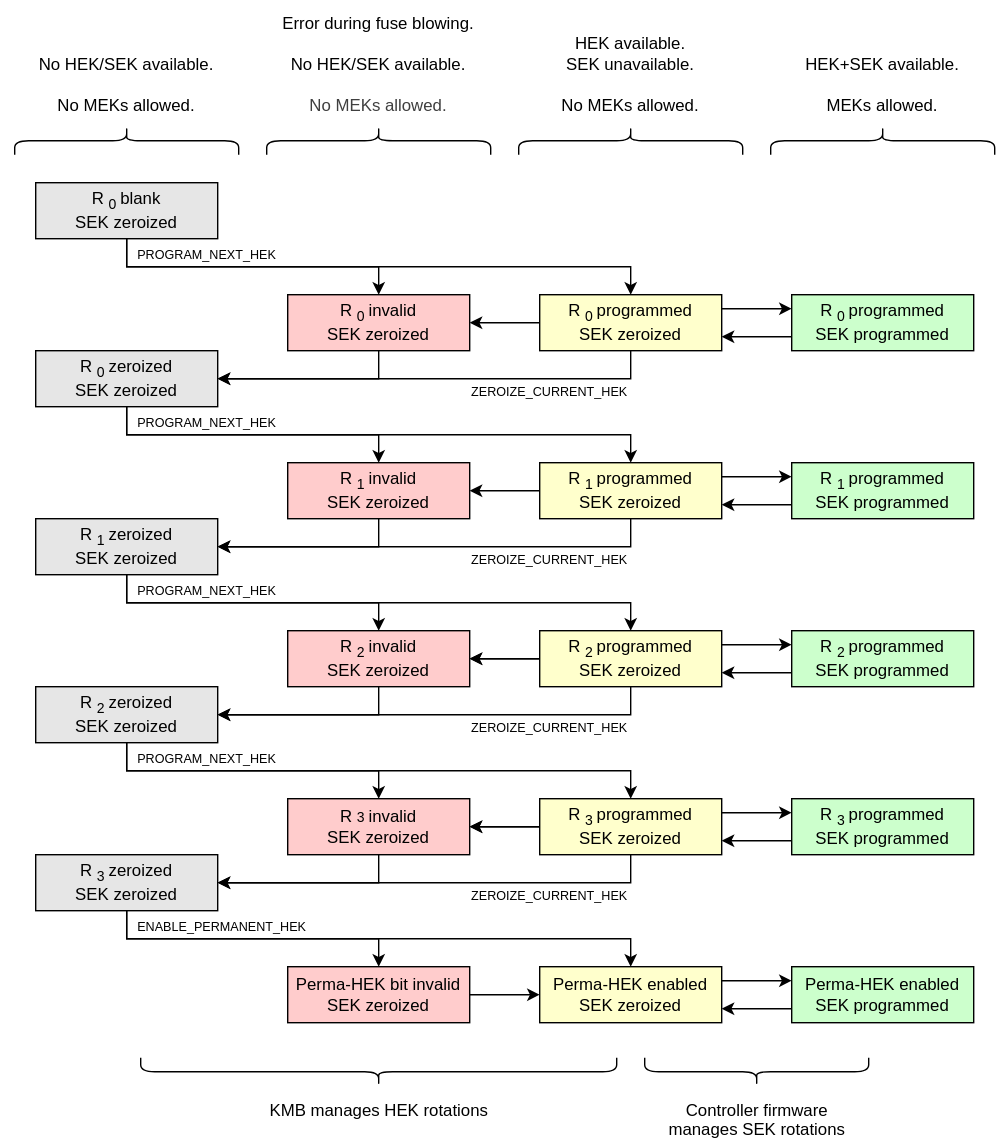
Above: doc/ocp_lock/diagrams/hek_sek_rotation.drawio.svg in chipsalliance/Caliptra (draw.io), before the change. Source tidied: cells renumbered, new cells last; positions are measured from the earlier drawing's top-left corner, leaving out a move shared by most shapes.
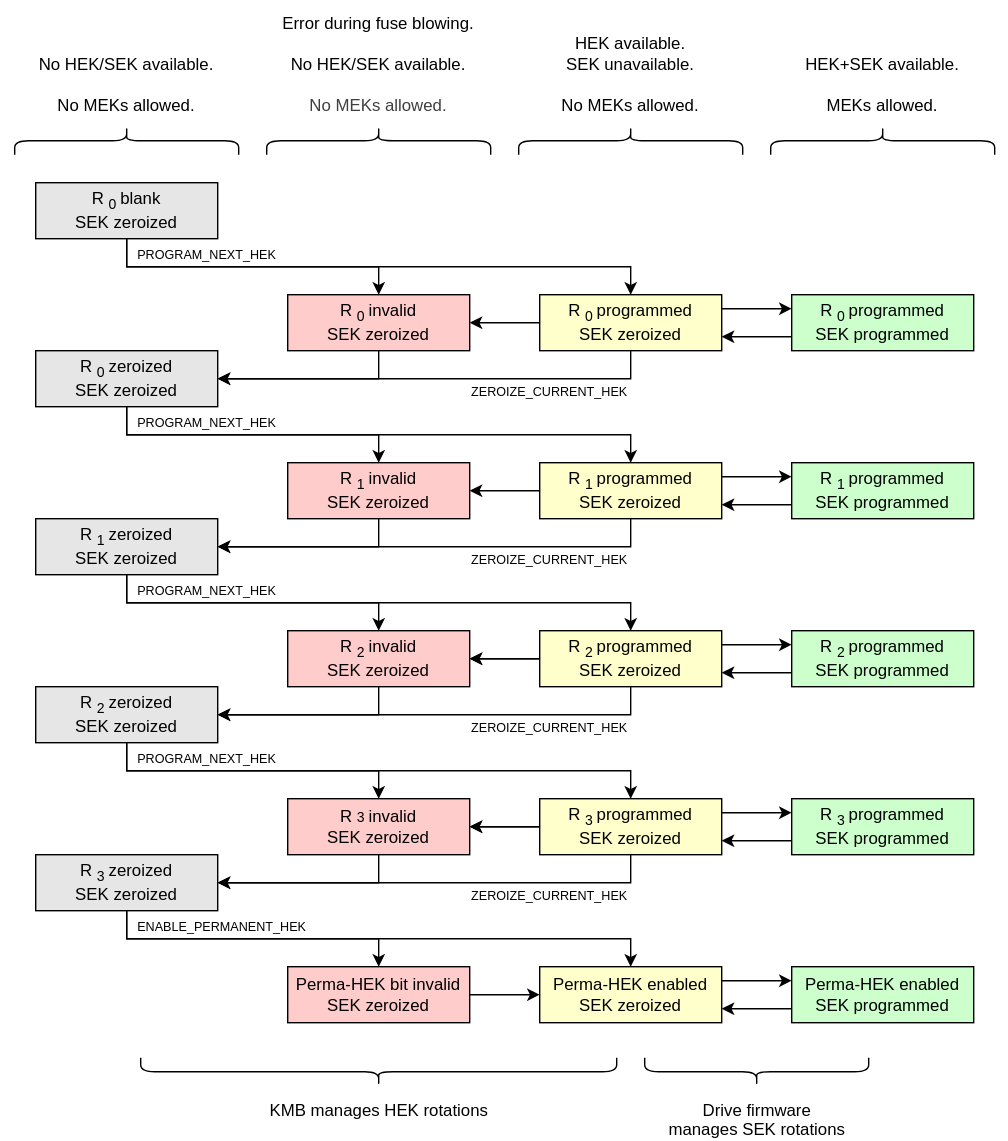
The same file after the commit.

The edit, as a diff of the source:
```diff
@@ -195,7 +195,7 @@
     <mxCell id="54" style="shape=curlyBracket;whiteSpace=wrap;html=1;rounded=1;flipH=1;labelPosition=right;verticalLabelPosition=middle;align=left;verticalAlign=middle;rotation=-90;" parent="1" vertex="1">
       <mxGeometry x="440" y="20" width="20" height="160" as="geometry" />
     </mxCell>
-    <mxCell id="55" value="&lt;div&gt;Controller firmware&lt;/div&gt;&lt;div&gt;manages SEK rotations&lt;/div&gt;" style="rounded=0;whiteSpace=wrap;html=1;fillColor=none;dashed=1;strokeColor=none;horizontal=1;verticalAlign=top;dashPattern=1 2;spacingBottom=0;spacingTop=4;" parent="1" vertex="1">
+    <mxCell id="55" value="&lt;div&gt;Drive firmware&lt;/div&gt;&lt;div&gt;manages SEK rotations&lt;/div&gt;" style="rounded=0;whiteSpace=wrap;html=1;fillColor=none;dashed=1;strokeColor=none;horizontal=1;verticalAlign=top;dashPattern=1 2;spacingBottom=0;spacingTop=4;" parent="1" vertex="1">
       <mxGeometry x="412.5" y="775" width="255" height="40" as="geometry" />
     </mxCell>
     <mxCell id="56" value="&lt;div&gt;KMB manages HEK rotations&lt;/div&gt;" style="rounded=0;whiteSpace=wrap;html=1;fillColor=none;dashed=1;strokeColor=none;horizontal=1;verticalAlign=top;dashPattern=1 2;spacingBottom=0;spacingTop=4;" parent="1" vertex="1">
```
